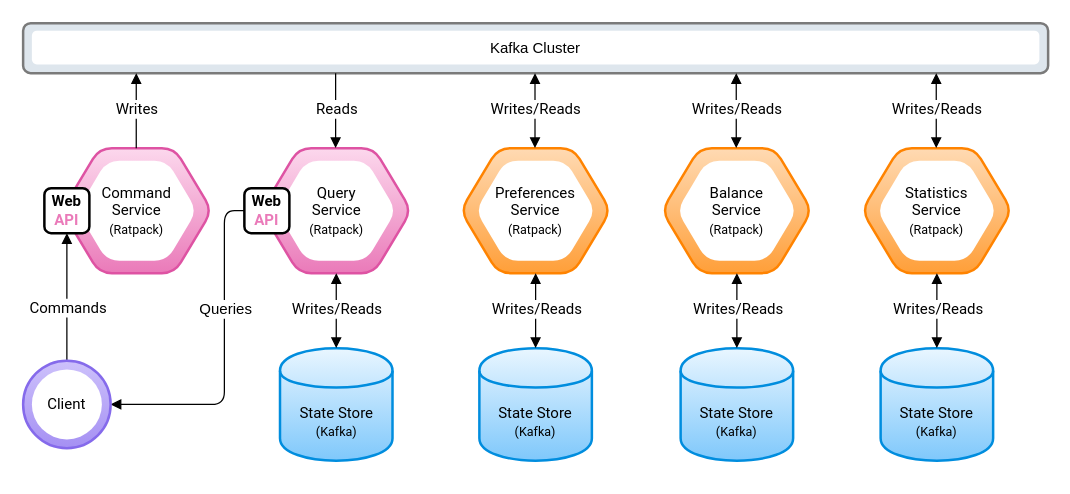
Above: diagrams/kafka-microservices-architecture.drawio in pcasas/piggybox (draw.io), before the change. Source tidied: cells renumbered, new cells numbered last; positions are measured from the earlier drawing's top-left corner, leaving out a move shared by most shapes. Both pictures are drawn from the tidied source at 125%, with x=0, y=0 at pixel (22, 22).
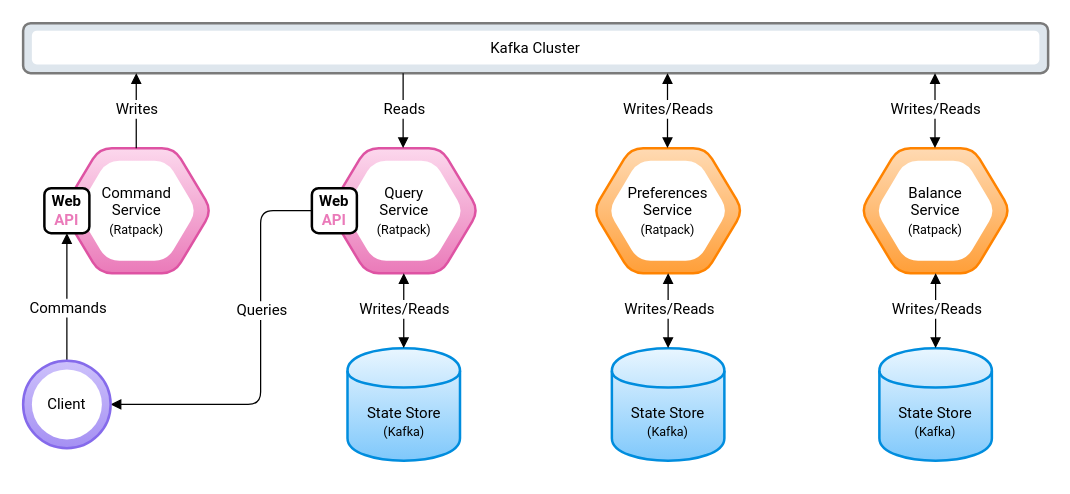
The same page after the edit.

Commit message (it also covers changes not shown here):
Remove Statistics service

Unchanged cells that the change refers to:
```xml
<mxCell id="46" style="ellipse;whiteSpace=wrap;html=1;rounded=1;shadow=0;comic=0;strokeColor=#856aeb;strokeWidth=2;fillColor=#A590F3;gradientColor=#CDC1FB;gradientDirection=north;" parent="1" vertex="1">
  <mxGeometry y="270" width="70" height="70" as="geometry" />
</mxCell>
```

What changed in the source:
```diff
@@
     <mxCell id="2" style="shape=hexagon;perimeter=hexagonPerimeter2;whiteSpace=wrap;html=1;strokeWidth=2;fillColor=#FFDAB3;gradientColor=#FF9F39;rounded=1;comic=0;strokeColor=#ff8300;" parent="1" vertex="1">
-      <mxGeometry x="350" y="100" width="120" height="100" as="geometry" />
+      <mxGeometry x="456" y="100" width="120" height="100" as="geometry" />
     </mxCell>
     <mxCell id="3" value="Preferences&lt;br&gt;Service&lt;br&gt;&lt;font style=&quot;font-size: 10px&quot;&gt;(Ratpack)&lt;/font&gt;" style="shape=hexagon;perimeter=hexagonPerimeter2;whiteSpace=wrap;html=1;strokeWidth=1;fillColor=#FFFFFF;gradientColor=#FFFFFF;dashed=1;fontFamily=Roboto;FType=g;rounded=1;comic=0;strokeColor=none;" parent="1" vertex="1">
-      <mxGeometry x="362" y="110" width="96" height="80" as="geometry" />
+      <mxGeometry x="468" y="110" width="96" height="80" as="geometry" />
     </mxCell>
     <mxCell id="4" value="&lt;font face=&quot;Roboto&quot;&gt;State Store&lt;br&gt;&lt;font style=&quot;font-size: 10px&quot;&gt;(Kafka)&lt;/font&gt;&lt;/font&gt;" style="shape=cylinder;whiteSpace=wrap;html=1;boundedLbl=1;backgroundOutline=1;strokeWidth=2;fillColor=#E9F6FF;gradientColor=#7FC8FB;shadow=0;strokeColor=#008dde;" parent="1" vertex="1">
-      <mxGeometry x="365" y="260" width="90" height="90" as="geometry" />
+      <mxGeometry x="471" y="260" width="90" height="90" as="geometry" />
     </mxCell>
@@
-    <mxCell id="8" value="Kafka Cluster" style="rounded=1;whiteSpace=wrap;html=1;strokeWidth=1;fillColor=#FFFFFF;gradientColor=none;dashed=1;perimeterSpacing=0;strokeColor=none;" parent="1" vertex="1">
+    <mxCell id="8" value="&lt;font face=&quot;Roboto&quot;&gt;Kafka Cluster&lt;/font&gt;" style="rounded=1;whiteSpace=wrap;html=1;strokeWidth=1;fillColor=#FFFFFF;gradientColor=none;dashed=1;perimeterSpacing=0;strokeColor=none;" parent="1" vertex="1">
       <mxGeometry x="7" y="6" width="806" height="27" as="geometry" />
     </mxCell>
@@
     <mxCell id="10" style="endArrow=block;startArrow=block;html=1;entryX=0.5;entryY=1;entryDx=0;entryDy=0;exitX=0.5;exitY=0;exitDx=0;exitDy=0;startFill=1;endFill=1;" parent="1" edge="1">
       <mxGeometry relative="1" as="geometry">
-        <mxPoint x="409.5" y="100" as="sourcePoint" />
-        <mxPoint x="409.5" y="40" as="targetPoint" />
+        <mxPoint x="515.5" y="100" as="sourcePoint" />
+        <mxPoint x="515.5" y="40" as="targetPoint" />
       </mxGeometry>
     </mxCell>
@@
     <mxCell id="12" style="shape=hexagon;perimeter=hexagonPerimeter2;whiteSpace=wrap;html=1;strokeWidth=2;fillColor=#FFDAB3;gradientColor=#FF9F39;rounded=1;comic=0;strokeColor=#ff8300;" parent="1" vertex="1">
-      <mxGeometry x="511" y="100" width="120" height="100" as="geometry" />
+      <mxGeometry x="670" y="100" width="120" height="100" as="geometry" />
     </mxCell>
     <mxCell id="13" value="Balance&lt;br&gt;Service&lt;br&gt;&lt;font style=&quot;font-size: 10px&quot;&gt;(Ratpack)&lt;/font&gt;" style="shape=hexagon;perimeter=hexagonPerimeter2;whiteSpace=wrap;html=1;strokeWidth=1;fillColor=#FFFFFF;gradientColor=#FFFFFF;dashed=1;fontFamily=Roboto;FType=g;rounded=1;comic=0;strokeColor=none;" parent="1" vertex="1">
-      <mxGeometry x="523" y="110" width="96" height="80" as="geometry" />
+      <mxGeometry x="682" y="110" width="96" height="80" as="geometry" />
     </mxCell>
     <mxCell id="14" value="&lt;font face=&quot;Roboto&quot;&gt;State Store&lt;br&gt;&lt;font style=&quot;font-size: 10px&quot;&gt;(Kafka)&lt;/font&gt;&lt;/font&gt;" style="shape=cylinder;whiteSpace=wrap;html=1;boundedLbl=1;backgroundOutline=1;strokeWidth=2;fillColor=#E9F6FF;gradientColor=#7FC8FB;shadow=0;strokeColor=#008dde;" parent="1" vertex="1">
-      <mxGeometry x="526" y="260" width="90" height="90" as="geometry" />
+      <mxGeometry x="685" y="260" width="90" height="90" as="geometry" />
     </mxCell>
@@
     <mxCell id="18" style="endArrow=block;startArrow=block;html=1;entryX=0.5;entryY=1;entryDx=0;entryDy=0;exitX=0.5;exitY=0;exitDx=0;exitDy=0;startFill=1;endFill=1;" parent="1" edge="1">
       <mxGeometry relative="1" as="geometry">
-        <mxPoint x="570.5" y="100" as="sourcePoint" />
-        <mxPoint x="570.5" y="40" as="targetPoint" />
+        <mxPoint x="729.5" y="100" as="sourcePoint" />
+        <mxPoint x="729.5" y="40" as="targetPoint" />
       </mxGeometry>
     </mxCell>
@@
-    <mxCell id="20" style="shape=hexagon;perimeter=hexagonPerimeter2;whiteSpace=wrap;html=1;strokeWidth=2;fillColor=#FFDAB3;gradientColor=#FF9F39;rounded=1;comic=0;strokeColor=#ff8300;" parent="1" vertex="1">
-      <mxGeometry x="671" y="100" width="120" height="100" as="geometry" />
-    </mxCell>
-    <mxCell id="21" value="Statistics&lt;br&gt;Service&lt;br&gt;&lt;font style=&quot;font-size: 10px&quot;&gt;(Ratpack)&lt;/font&gt;" style="shape=hexagon;perimeter=hexagonPerimeter2;whiteSpace=wrap;html=1;strokeWidth=1;fillColor=#FFFFFF;gradientColor=#FFFFFF;dashed=1;fontFamily=Roboto;FType=g;rounded=1;comic=0;strokeColor=none;" parent="1" vertex="1">
-      <mxGeometry x="683" y="110" width="96" height="80" as="geometry" />
-    </mxCell>
-    <mxCell id="22" value="&lt;font face=&quot;Roboto&quot;&gt;State Store&lt;br&gt;&lt;font style=&quot;font-size: 10px&quot;&gt;(Kafka)&lt;/font&gt;&lt;/font&gt;" style="shape=cylinder;whiteSpace=wrap;html=1;boundedLbl=1;backgroundOutline=1;strokeWidth=2;fillColor=#E9F6FF;gradientColor=#7FC8FB;shadow=0;strokeColor=#008dde;" parent="1" vertex="1">
-      <mxGeometry x="686" y="260" width="90" height="90" as="geometry" />
-    </mxCell>
-    <mxCell id="23" style="endArrow=block;startArrow=block;html=1;entryX=0.5;entryY=1;entryDx=0;entryDy=0;exitX=0.5;exitY=0;exitDx=0;exitDy=0;startFill=1;endFill=1;" parent="1" edge="1" source="22" target="20">
-      <mxGeometry relative="1" as="geometry" />
-    </mxCell>
-    <mxCell id="24" value="&lt;font face=&quot;Roboto&quot; style=&quot;font-size: 12px&quot;&gt;Writes/Reads&lt;/font&gt;" style="text;html=1;align=center;verticalAlign=middle;labelBackgroundColor=#ffffff;spacing=2;spacingTop=-5;" parent="23" vertex="1">
-      <mxGeometry x="-0.05" y="-1" relative="1" as="geometry">
-        <mxPoint x="-1" as="offset" />
-      </mxGeometry>
-    </mxCell>
-    <mxCell id="25" style="edgeStyle=orthogonalEdgeStyle;rounded=0;orthogonalLoop=1;jettySize=auto;html=1;exitX=0.5;exitY=1;exitDx=0;exitDy=0;startArrow=block;startFill=1;endArrow=block;endFill=1;" parent="1" edge="1" source="22" target="22">
-      <mxGeometry relative="1" as="geometry" />
-    </mxCell>
-    <mxCell id="26" style="endArrow=block;startArrow=block;html=1;entryX=0.5;entryY=1;entryDx=0;entryDy=0;exitX=0.5;exitY=0;exitDx=0;exitDy=0;startFill=1;endFill=1;" parent="1" edge="1">
-      <mxGeometry relative="1" as="geometry">
-        <mxPoint x="730.5" y="100" as="sourcePoint" />
-        <mxPoint x="730.5" y="40" as="targetPoint" />
-      </mxGeometry>
-    </mxCell>
-    <mxCell id="27" value="&lt;font face=&quot;Roboto&quot; style=&quot;font-size: 12px&quot;&gt;Writes/Reads&lt;/font&gt;" style="text;html=1;align=center;verticalAlign=middle;labelBackgroundColor=#ffffff;spacing=2;spacingTop=-5;" parent="26" vertex="1">
-      <mxGeometry x="-0.05" y="-1" relative="1" as="geometry">
-        <mxPoint x="-1" as="offset" />
-      </mxGeometry>
-    </mxCell>
     <mxCell id="28" style="shape=hexagon;perimeter=hexagonPerimeter2;whiteSpace=wrap;html=1;strokeWidth=2;fillColor=#FCD8ED;gradientColor=#EA7AB9;rounded=1;comic=0;strokeColor=#de53a3;" parent="1" vertex="1">
-      <mxGeometry x="190.5" y="100" width="120" height="100" as="geometry" />
+      <mxGeometry x="244.5" y="100" width="120" height="100" as="geometry" />
     </mxCell>
     <mxCell id="29" value="Query&lt;br&gt;Service&lt;br&gt;&lt;font style=&quot;font-size: 10px&quot;&gt;(Ratpack)&lt;/font&gt;" style="shape=hexagon;perimeter=hexagonPerimeter2;whiteSpace=wrap;html=1;strokeWidth=1;fillColor=#FFFFFF;gradientColor=#FFFFFF;dashed=1;fontFamily=Roboto;FType=g;rounded=1;comic=0;strokeColor=none;" parent="1" vertex="1">
-      <mxGeometry x="202.5" y="110" width="96" height="80" as="geometry" />
+      <mxGeometry x="256.5" y="110" width="96" height="80" as="geometry" />
     </mxCell>
     <mxCell id="30" value="&lt;font face=&quot;Roboto&quot;&gt;State Store&lt;br&gt;&lt;font style=&quot;font-size: 10px&quot;&gt;(Kafka)&lt;/font&gt;&lt;/font&gt;" style="shape=cylinder;whiteSpace=wrap;html=1;boundedLbl=1;backgroundOutline=1;strokeWidth=2;fillColor=#E9F6FF;gradientColor=#7FC8FB;shadow=0;strokeColor=#008dde;" parent="1" vertex="1">
-      <mxGeometry x="205.5" y="260" width="90" height="90" as="geometry" />
+      <mxGeometry x="259.5" y="260" width="90" height="90" as="geometry" />
     </mxCell>
@@
     <mxCell id="34" style="endArrow=none;startArrow=block;html=1;entryX=0.5;entryY=1;entryDx=0;entryDy=0;exitX=0.5;exitY=0;exitDx=0;exitDy=0;startFill=1;endFill=0;" parent="1" edge="1">
       <mxGeometry relative="1" as="geometry">
-        <mxPoint x="250" y="100" as="sourcePoint" />
-        <mxPoint x="250" y="40" as="targetPoint" />
+        <mxPoint x="304" y="100" as="sourcePoint" />
+        <mxPoint x="304" y="40" as="targetPoint" />
       </mxGeometry>
     </mxCell>
@@
     <mxCell id="41" value="&lt;font face=&quot;Roboto&quot;&gt;&lt;b&gt;Web&lt;/b&gt;&lt;br&gt;&lt;font color=&quot;#ea7ab9&quot;&gt;&lt;b&gt;API&lt;/b&gt;&lt;/font&gt;&lt;/font&gt;" style="rounded=1;whiteSpace=wrap;html=1;shadow=0;comic=0;strokeWidth=2;fillColor=#FFF;gradientColor=none;" parent="1" vertex="1">
-      <mxGeometry x="177" y="132" width="36" height="36" as="geometry" />
+      <mxGeometry x="231" y="132" width="36" height="36" as="geometry" />
     </mxCell>
@@
     <mxCell id="44" style="endArrow=block;html=1;entryX=1;entryY=0.5;entryDx=0;entryDy=0;endFill=1;exitX=0;exitY=0.5;exitDx=0;exitDy=0;edgeStyle=orthogonalEdgeStyle;" parent="1" edge="1" source="41" target="46">
       <mxGeometry relative="1" as="geometry">
         <Array as="points">
-          <mxPoint x="161" y="150" />
-          <mxPoint x="161" y="305" />
+          <mxPoint x="190" y="150" />
+          <mxPoint x="190" y="305" />
         </Array>
       </mxGeometry>
     </mxCell>
-    <mxCell id="45" value="Queries" style="text;html=1;align=center;verticalAlign=middle;labelBackgroundColor=#ffffff;" parent="44" vertex="1">
+    <mxCell id="45" value="&lt;font face=&quot;Roboto&quot;&gt;Queries&lt;/font&gt;" style="text;html=1;align=center;verticalAlign=middle;labelBackgroundColor=#ffffff;" parent="44" vertex="1">
       <mxGeometry x="-0.01" y="-2" relative="1" as="geometry">
         <mxPoint x="2" y="-36" as="offset" />
       </mxGeometry>
     </mxCell>
```
